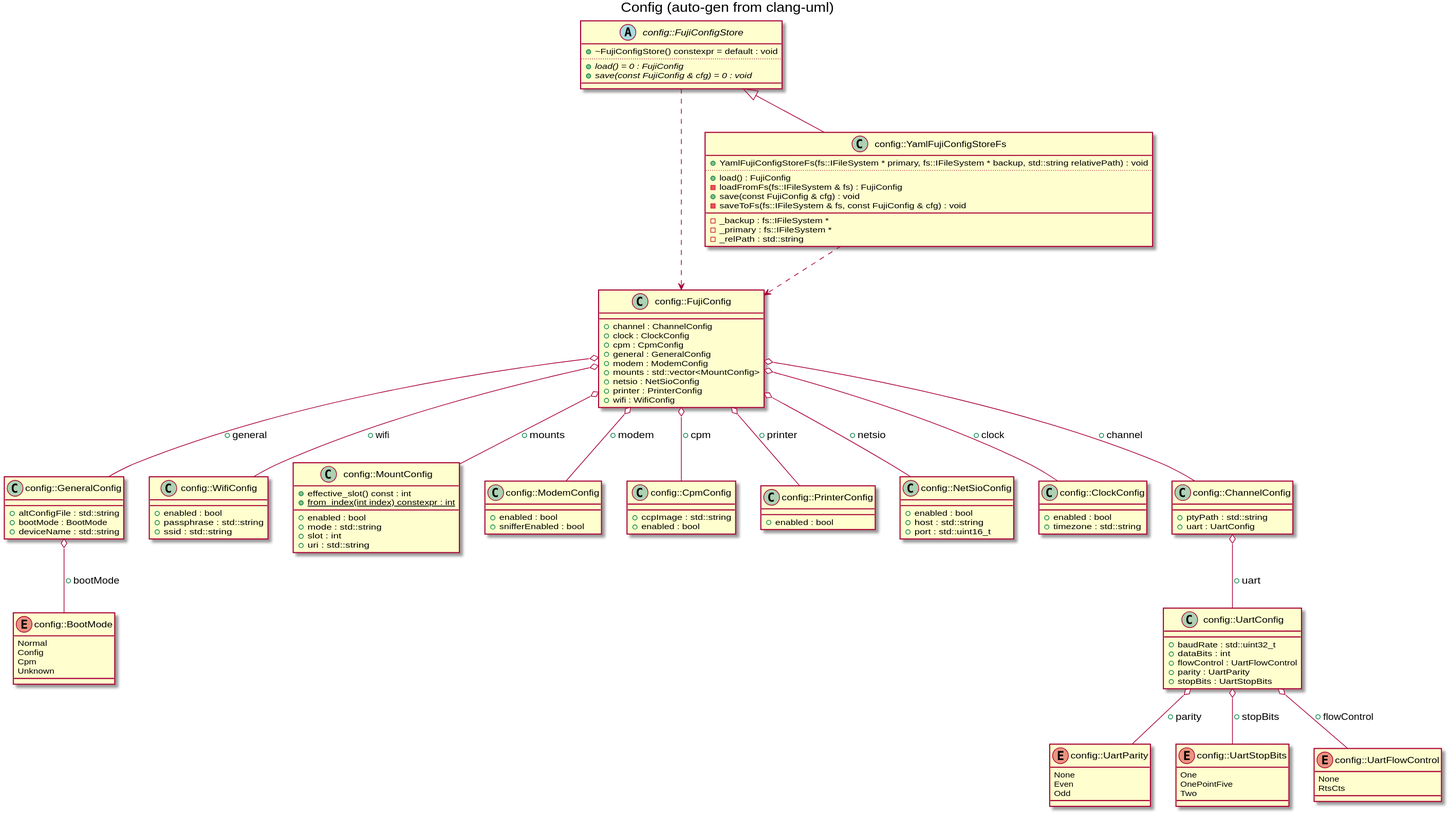
Above: docs/images/gen_config.svg in markjfisher/fujinet-nio (PlantUML), before the change.
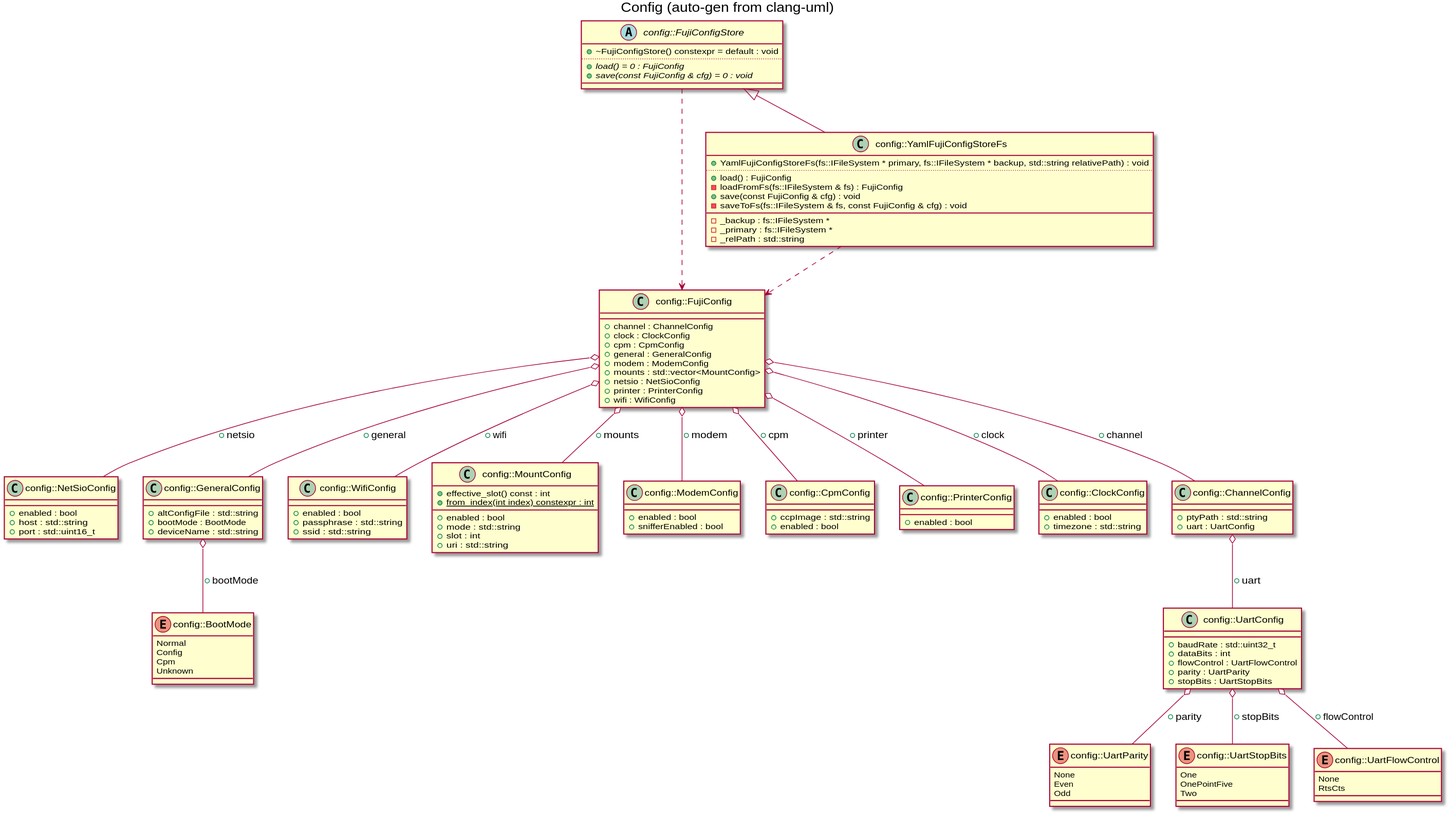
The same diagram one commit later.

Diff of the diagram source:
```diff
@@ -1,5 +1,12 @@
 @startuml
 title Config (auto-gen from clang-uml)
+class "config::NetSioConfig" as C_0009654526727956470660
+class C_0009654526727956470660 {
+__
++enabled : bool
++host : std::string
++port : std::uint16_t
+}
 enum "config::BootMode" as C_0012427176626669726738
 enum C_0012427176626669726738 {
 Normal
@@ -47,13 +54,6 @@
 class C_0011654528465957303447 {
 __
 +enabled : bool
-}
-class "config::NetSioConfig" as C_0009654526727956470660
-class C_0009654526727956470660 {
-__
-+enabled : bool
-+host : std::string
-+port : std::uint16_t
 }
 class "config::ClockConfig" as C_0014123104778393566609
 class C_0014123104778393566609 {
```
